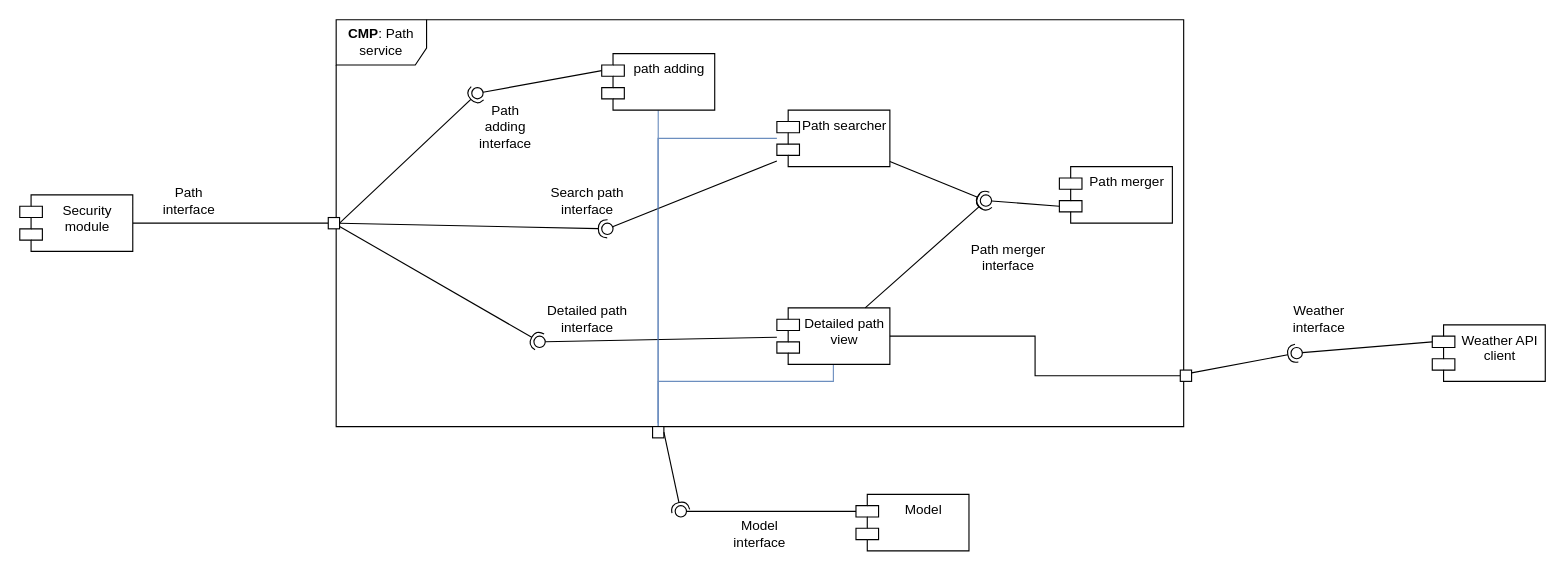
Above: page "path_detailed_view" (4 of 7) of DD/LaTeXCode/images/drawio/Component_diagram.drawio in jacopobellosi/Bellosi-Montanelli-Tempobono (draw.io), before the change. Source tidied: cells renumbered, new cells numbered last; positions are measured from the earlier drawing's top-left corner, leaving out a move shared by most shapes. Both pictures are drawn from the tidied source at 113%, with x=0, y=0 at pixel (19, 19).
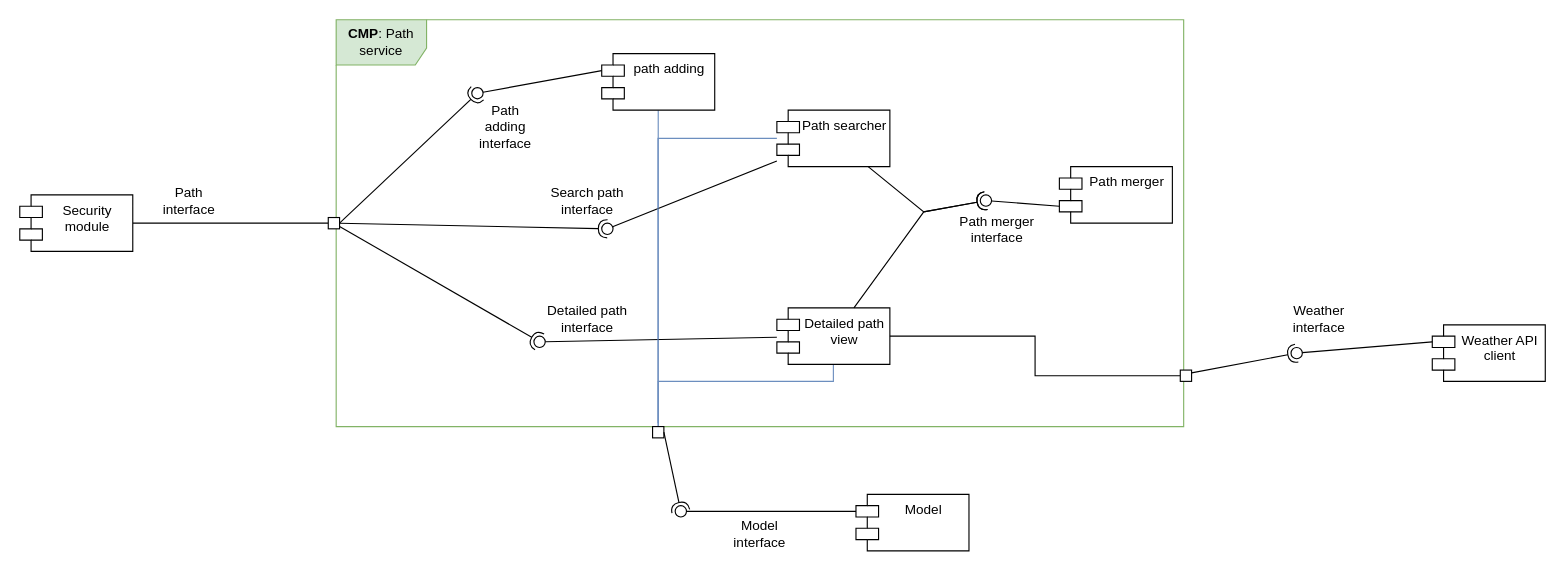
The same page after the edit.

Unchanged cells that the change refers to:
```xml
<mxCell id="5" value="Path searcher" style="shape=module;align=left;spacingLeft=20;align=center;verticalAlign=top;whiteSpace=wrap;html=1;" parent="1" vertex="1">
  <mxGeometry x="670" y="80" width="100" height="50" as="geometry" />
</mxCell>
<mxCell id="7" value="Detailed path view" style="shape=module;align=left;spacingLeft=20;align=center;verticalAlign=top;whiteSpace=wrap;html=1;" parent="1" vertex="1">
  <mxGeometry x="670" y="255" width="100" height="50" as="geometry" />
</mxCell>
<mxCell id="21" style="ellipse;whiteSpace=wrap;html=1;align=center;fillColor=none;strokeColor=none;perimeter=centerPerimeter;points=[];outlineConnect=1;" parent="1" vertex="1">
  <mxGeometry x="850" y="155" width="10" height="10" as="geometry" />
</mxCell>
```

What changed in the source:
```diff
@@
-    <mxCell id="2" value="&lt;b&gt;CMP&lt;/b&gt;: Path service" style="shape=umlFrame;whiteSpace=wrap;html=1;width=80;height=40;" parent="1" vertex="1">
+    <mxCell id="2" value="&lt;b&gt;CMP&lt;/b&gt;: Path service" style="shape=umlFrame;whiteSpace=wrap;html=1;width=80;height=40;fillColor=#d5e8d4;strokeColor=#82b366;" parent="1" vertex="1">
       <mxGeometry x="280" width="750" height="360" as="geometry" />
     </mxCell>
@@
     <mxCell id="19" style="rounded=0;jettySize=auto;html=1;endArrow=halfCircle;endFill=0;endSize=6;strokeWidth=1;sketch=0;" parent="1" edge="1" source="5" target="21">
-      <mxGeometry relative="1" as="geometry" />
+      <mxGeometry relative="1" as="geometry">
+        <Array as="points">
+          <mxPoint x="800" y="170" />
+        </Array>
+      </mxGeometry>
     </mxCell>
@@
     <mxCell id="26" style="rounded=0;jettySize=auto;html=1;endArrow=halfCircle;endFill=0;endSize=6;strokeWidth=1;sketch=0;fillColor=#ffe6cc;strokeColor=#000000;entryX=0.1;entryY=0.176;entryDx=0;entryDy=0;entryPerimeter=0;" parent="1" edge="1" source="7" target="21">
-      <mxGeometry relative="1" as="geometry" />
+      <mxGeometry relative="1" as="geometry">
+        <Array as="points">
+          <mxPoint x="800" y="170" />
+        </Array>
+      </mxGeometry>
     </mxCell>
@@
     <mxCell id="44" value="&lt;div style=&quot;text-align: center;&quot;&gt;Path merger&lt;br&gt;interface&lt;/div&gt;" style="text;whiteSpace=wrap;html=1;" parent="1" vertex="1">
-      <mxGeometry x="840" y="190" width="80" height="40" as="geometry" />
+      <mxGeometry x="830" y="165" width="80" height="40" as="geometry" />
     </mxCell>
```
